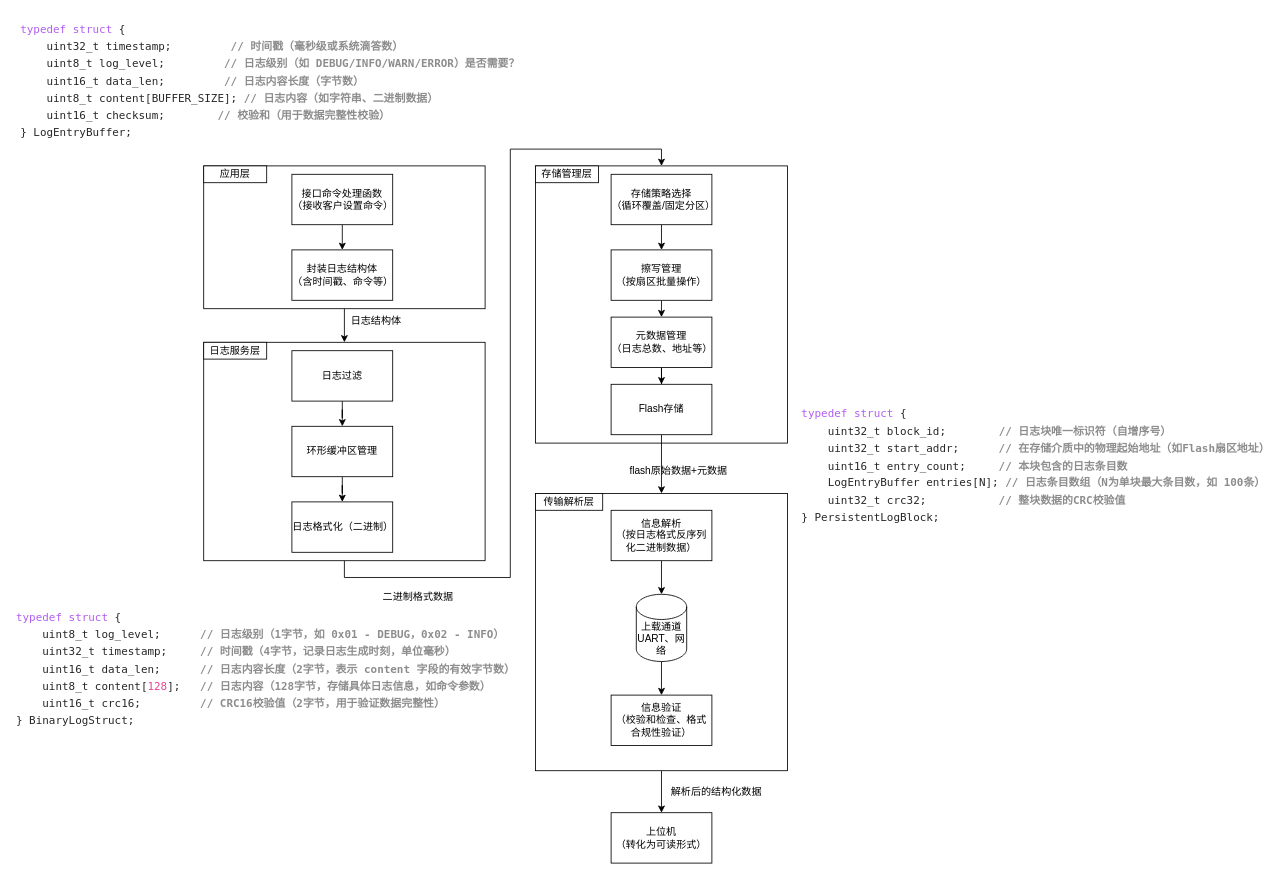
Before: page "第 2 页" (2 of 2) of 未命名绘图1.drawio in WHUT-LHT/hello-world, a draw.io diagram. Source tidied: cells renumbered, new cells numbered last; positions are measured from the earlier drawing's top-left corner, leaving out a move shared by most shapes. Both pictures are drawn from the tidied source at 84%, with x=0, y=0 at pixel (14, 14).
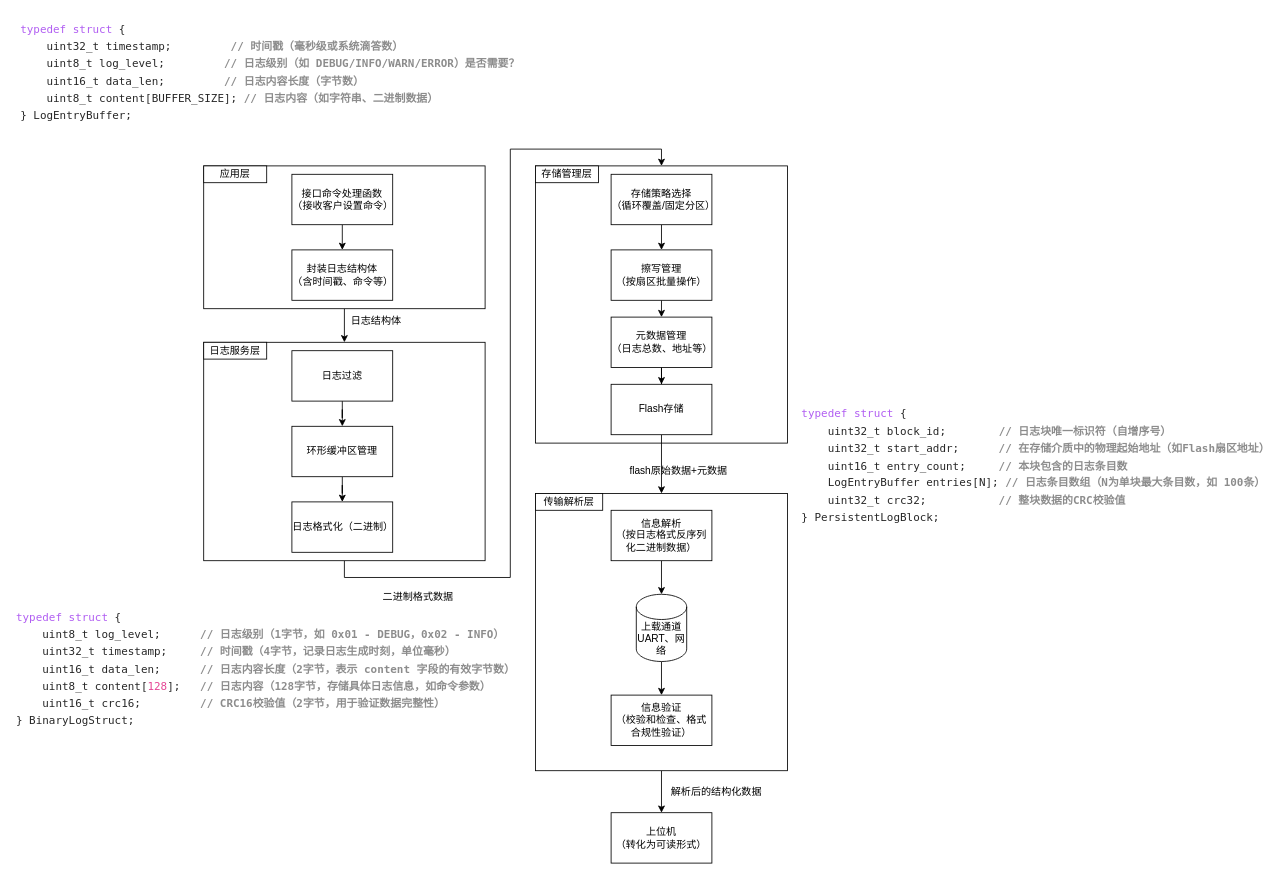
The same page after the edit.

The edit, as a diff of the source:
```diff
@@
-    <mxCell id="40" value="&lt;pre class=&quot;container-DHZ5Us language-c&quot; style=&quot;-webkit-font-smoothing: antialiased; box-sizing: border-box; -webkit-tap-highlight-color: rgba(0, 0, 0, 0); font-family: ui-monospace, SFMono-Regular, &amp;quot;SF Mono&amp;quot;, Menlo, Consolas, &amp;quot;Liberation Mono&amp;quot;, monospace; white-space: pre; overflow-wrap: normal; --code-text_v3: light-dark(#000000d9, #ededed); --code-doc_v3: light-dark(#00000073, #ededed); --code-Link_v3: light-dark(#2f74ff, #5591ff); --code-number_v3: light-dark(#e54595, #f76db2); --code-keycontrol_v3: light-dark(#9952e1, #b87bf6); --code-function_v3: light-dark(#ff5d4d, #ef6456); --code-variable_v3: light-dark(#000000d9, #ededed); --code-parameter_v3: light-dark(#4da621, #428f1c); --code-attributes_v3: light-dark(#c70, #000000); --code-selection-bg-color: light-dark(#ebf1ff, #191e2a); background: none 0% 0% / auto repeat scroll padding-box border-box rgba(0, 0, 0, 0); color: rgb(0, 0, 0); word-break: normal; word-spacing: 0px; hyphens: none; line-height: 1.5; tab-size: 4; margin: 0px; overflow: auto; font-size: 13.6px; border-radius: 6px; padding: 0px; overflow-anchor: auto; width: fit-content; font-style: normal; font-variant-ligatures: normal; font-variant-caps: normal; letter-spacing: normal; orphans: 2; text-align: start; text-indent: 0px; text-transform: none; widows: 2; -webkit-text-stroke-width: 0px; text-decoration-thickness: initial; text-decoration-style: initial; text-decoration-color: initial;&quot;&gt;&lt;code class=&quot;language-c&quot; style=&quot;-webkit-font-smoothing: antialiased; box-sizing: border-box; -webkit-tap-highlight-color: rgba(0, 0, 0, 0); background: transparent; color: rgba(0, 0, 0, 0.85); font-family: Menlo, Monaco, Consolas, &amp;quot;Courier New&amp;quot;, monospace; white-space: pre; word-break: normal; word-spacing: normal; overflow-wrap: normal; hyphens: none; line-height: 1.5; tab-size: 4; border-radius: 4px; font-size: 13px; overflow-anchor: auto;&quot;&gt;&lt;span class=&quot;token keyword&quot; style=&quot;font-weight: 400; -webkit-font-smoothing: antialiased; box-sizing: border-box; -webkit-tap-highlight-color: rgba(0, 0, 0, 0); overflow-anchor: auto; background: transparent; color: rgb(177, 94, 242);&quot;&gt;typedef&lt;/span&gt; &lt;span class=&quot;token keyword&quot; style=&quot;font-weight: 400; -webkit-font-smoothing: antialiased; box-sizing: border-box; -webkit-tap-highlight-color: rgba(0, 0, 0, 0); overflow-anchor: auto; background: transparent; color: rgb(177, 94, 242);&quot;&gt;struct&lt;/span&gt; &lt;span class=&quot;token punctuation&quot; style=&quot;font-weight: 400; -webkit-font-smoothing: antialiased; box-sizing: border-box; -webkit-tap-highlight-color: rgba(0, 0, 0, 0); overflow-anchor: auto; background: transparent; color: rgba(0, 0, 0, 0.85);&quot;&gt;{&lt;/span&gt;&lt;br&gt;    &lt;span class=&quot;token class-name&quot; style=&quot;font-weight: 400; -webkit-font-smoothing: antialiased; box-sizing: border-box; -webkit-tap-highlight-color: rgba(0, 0, 0, 0); overflow-anchor: auto; background: transparent; color: rgba(0, 0, 0, 0.85);&quot;&gt;uint32_t&lt;/span&gt; timestamp&lt;span class=&quot;token punctuation&quot; style=&quot;font-weight: 400; -webkit-font-smoothing: antialiased; box-sizing: border-box; -webkit-tap-highlight-color: rgba(0, 0, 0, 0); overflow-anchor: auto; background: transparent; color: rgba(0, 0, 0, 0.85);&quot;&gt;;&lt;/span&gt;         &lt;span class=&quot;token comment&quot; style=&quot;-webkit-font-smoothing: antialiased; box-sizing: border-box; -webkit-tap-highlight-color: rgba(0, 0, 0, 0); overflow-anchor: auto; background: transparent; color: rgba(0, 0, 0, 0.45);&quot;&gt;&lt;b&gt;// 时间戳（毫秒级或系统滴答数）&lt;/b&gt;&lt;/span&gt;&lt;br&gt;    &lt;span class=&quot;token class-name&quot; style=&quot;font-weight: 400; -webkit-font-smoothing: antialiased; box-sizing: border-box; -webkit-tap-highlight-color: rgba(0, 0, 0, 0); overflow-anchor: auto; background: transparent; color: rgba(0, 0, 0, 0.85);&quot;&gt;uint8_t&lt;/span&gt; log_level&lt;span class=&quot;token punctuation&quot; style=&quot;font-weight: 400; -webkit-font-smoothing: antialiased; box-sizing: border-box; -webkit-tap-highlight-color: rgba(0, 0, 0, 0); overflow-anchor: auto; background: transparent; color: rgba(0, 0, 0, 0.85);&quot;&gt;;&lt;/span&gt;         &lt;span class=&quot;token comment&quot; style=&quot;-webkit-font-smoothing: antialiased; box-sizing: border-box; -webkit-tap-highlight-color: rgba(0, 0, 0, 0); overflow-anchor: auto; background: transparent; color: rgba(0, 0, 0, 0.45);&quot;&gt;&lt;b&gt;// 日志级别（如 DEBUG/INFO/WARN/ERROR）是否需要？&lt;/b&gt;&lt;/span&gt;&lt;br&gt;    &lt;span class=&quot;token class-name&quot; style=&quot;font-weight: 400; -webkit-font-smoothing: antialiased; box-sizing: border-box; -webkit-tap-highlight-color: rgba(0, 0, 0, 0); overflow-anchor: auto; background: transparent; color: rgba(0, 0, 0, 0.85);&quot;&gt;uint16_t&lt;/span&gt; data_len&lt;span class=&quot;token punctuation&quot; style=&quot;font-weight: 400; -webkit-font-smoothing: antialiased; box-sizing: border-box; -webkit-tap-highlight-color: rgba(0, 0, 0, 0); overflow-anchor: auto; background: transparent; color: rgba(0, 0, 0, 0.85);&quot;&gt;;&lt;/span&gt;         &lt;span class=&quot;token comment&quot; style=&quot;-webkit-font-smoothing: antialiased; box-sizing: border-box; -webkit-tap-highlight-color: rgba(0, 0, 0, 0); overflow-anchor: auto; background: transparent; color: rgba(0, 0, 0, 0.45);&quot;&gt;&lt;b&gt;// 日志内容长度（字节数）&lt;/b&gt;&lt;/span&gt;&lt;br&gt;    &lt;span class=&quot;token class-name&quot; style=&quot;font-weight: 400; -webkit-font-smoothing: antialiased; box-sizing: border-box; -webkit-tap-highlight-color: rgba(0, 0, 0, 0); overflow-anchor: auto; background: transparent; color: rgba(0, 0, 0, 0.85);&quot;&gt;uint8_t&lt;/span&gt; content&lt;span class=&quot;token punctuation&quot; style=&quot;font-weight: 400; -webkit-font-smoothing: antialiased; box-sizing: border-box; -webkit-tap-highlight-color: rgba(0, 0, 0, 0); overflow-anchor: auto; background: transparent; color: rgba(0, 0, 0, 0.85);&quot;&gt;[&lt;/span&gt;BUFFER_SIZE&lt;span class=&quot;token punctuation&quot; style=&quot;font-weight: 400; -webkit-font-smoothing: antialiased; box-sizing: border-box; -webkit-tap-highlight-color: rgba(0, 0, 0, 0); overflow-anchor: auto; background: transparent; color: rgba(0, 0, 0, 0.85);&quot;&gt;]&lt;/span&gt;&lt;span class=&quot;token punctuation&quot; style=&quot;font-weight: 400; -webkit-font-smoothing: antialiased; box-sizing: border-box; -webkit-tap-highlight-color: rgba(0, 0, 0, 0); overflow-anchor: auto; background: transparent; color: rgba(0, 0, 0, 0.85);&quot;&gt;;&lt;/span&gt; &lt;span class=&quot;token comment&quot; style=&quot;-webkit-font-smoothing: antialiased; box-sizing: border-box; -webkit-tap-highlight-color: rgba(0, 0, 0, 0); overflow-anchor: auto; background: transparent; color: rgba(0, 0, 0, 0.45);&quot;&gt;&lt;b&gt;// 日志内容（如字符串、二进制数据）&lt;/b&gt;&lt;/span&gt;&lt;br&gt;    &lt;span class=&quot;token class-name&quot; style=&quot;font-weight: 400; -webkit-font-smoothing: antialiased; box-sizing: border-box; -webkit-tap-highlight-color: rgba(0, 0, 0, 0); overflow-anchor: auto; background: transparent; color: rgba(0, 0, 0, 0.85);&quot;&gt;uint16_t&lt;/span&gt; checksum&lt;span class=&quot;token punctuation&quot; style=&quot;font-weight: 400; -webkit-font-smoothing: antialiased; box-sizing: border-box; -webkit-tap-highlight-color: rgba(0, 0, 0, 0); overflow-anchor: auto; background: transparent; color: rgba(0, 0, 0, 0.85);&quot;&gt;;&lt;/span&gt;        &lt;span class=&quot;token comment&quot; style=&quot;-webkit-font-smoothing: antialiased; box-sizing: border-box; -webkit-tap-highlight-color: rgba(0, 0, 0, 0); overflow-anchor: auto; background: transparent; color: rgba(0, 0, 0, 0.45);&quot;&gt;&lt;b&gt;// 校验和（用于数据完整性校验）&lt;/b&gt;&lt;/span&gt;&lt;br&gt;&lt;span class=&quot;token punctuation&quot; style=&quot;font-weight: 400; -webkit-font-smoothing: antialiased; box-sizing: border-box; -webkit-tap-highlight-color: rgba(0, 0, 0, 0); overflow-anchor: auto; background: transparent; color: rgba(0, 0, 0, 0.85);&quot;&gt;}&lt;/span&gt; LogEntryBuffer&lt;span class=&quot;token punctuation&quot; style=&quot;font-weight: 400; -webkit-font-smoothing: antialiased; box-sizing: border-box; -webkit-tap-highlight-color: rgba(0, 0, 0, 0); overflow-anchor: auto; background: transparent; color: rgba(0, 0, 0, 0.85);&quot;&gt;;&lt;/span&gt;&lt;/code&gt;&lt;/pre&gt;" style="text;whiteSpace=wrap;html=1;" parent="1" vertex="1">
+    <mxCell id="40" value="&lt;pre class=&quot;container-DHZ5Us language-c&quot; style=&quot;-webkit-font-smoothing: antialiased; box-sizing: border-box; -webkit-tap-highlight-color: rgba(0, 0, 0, 0); font-family: ui-monospace, SFMono-Regular, &amp;quot;SF Mono&amp;quot;, Menlo, Consolas, &amp;quot;Liberation Mono&amp;quot;, monospace; white-space: pre; overflow-wrap: normal; --code-text_v3: light-dark(#000000d9, #ededed); --code-doc_v3: light-dark(#00000073, #ededed); --code-Link_v3: light-dark(#2f74ff, #5591ff); --code-number_v3: light-dark(#e54595, #f76db2); --code-keycontrol_v3: light-dark(#9952e1, #b87bf6); --code-function_v3: light-dark(#ff5d4d, #ef6456); --code-variable_v3: light-dark(#000000d9, #ededed); --code-parameter_v3: light-dark(#4da621, #428f1c); --code-attributes_v3: light-dark(#c70, #000000); --code-selection-bg-color: light-dark(#ebf1ff, #191e2a); background: none 0% 0% / auto repeat scroll padding-box border-box rgba(0, 0, 0, 0); color: rgb(0, 0, 0); word-break: normal; word-spacing: 0px; hyphens: none; line-height: 1.5; tab-size: 4; margin: 0px; overflow: auto; font-size: 13.6px; border-radius: 6px; padding: 0px; overflow-anchor: auto; width: fit-content; font-style: normal; font-variant-ligatures: normal; font-variant-caps: normal; letter-spacing: normal; orphans: 2; text-align: start; text-indent: 0px; text-transform: none; widows: 2; -webkit-text-stroke-width: 0px; text-decoration-thickness: initial; text-decoration-style: initial; text-decoration-color: initial;&quot;&gt;&lt;code class=&quot;language-c&quot; style=&quot;-webkit-font-smoothing: antialiased; box-sizing: border-box; -webkit-tap-highlight-color: rgba(0, 0, 0, 0); background: transparent; color: rgba(0, 0, 0, 0.85); font-family: Menlo, Monaco, Consolas, &amp;quot;Courier New&amp;quot;, monospace; white-space: pre; word-break: normal; word-spacing: normal; overflow-wrap: normal; hyphens: none; line-height: 1.5; tab-size: 4; border-radius: 4px; font-size: 13px; overflow-anchor: auto;&quot;&gt;&lt;span class=&quot;token keyword&quot; style=&quot;font-weight: 400; -webkit-font-smoothing: antialiased; box-sizing: border-box; -webkit-tap-highlight-color: rgba(0, 0, 0, 0); overflow-anchor: auto; background: transparent; color: rgb(177, 94, 242);&quot;&gt;typedef&lt;/span&gt; &lt;span class=&quot;token keyword&quot; style=&quot;font-weight: 400; -webkit-font-smoothing: antialiased; box-sizing: border-box; -webkit-tap-highlight-color: rgba(0, 0, 0, 0); overflow-anchor: auto; background: transparent; color: rgb(177, 94, 242);&quot;&gt;struct&lt;/span&gt; &lt;span class=&quot;token punctuation&quot; style=&quot;font-weight: 400; -webkit-font-smoothing: antialiased; box-sizing: border-box; -webkit-tap-highlight-color: rgba(0, 0, 0, 0); overflow-anchor: auto; background: transparent; color: rgba(0, 0, 0, 0.85);&quot;&gt;{&lt;/span&gt;&lt;br&gt;    &lt;span class=&quot;token class-name&quot; style=&quot;font-weight: 400; -webkit-font-smoothing: antialiased; box-sizing: border-box; -webkit-tap-highlight-color: rgba(0, 0, 0, 0); overflow-anchor: auto; background: transparent; color: rgba(0, 0, 0, 0.85);&quot;&gt;uint32_t&lt;/span&gt; timestamp&lt;span class=&quot;token punctuation&quot; style=&quot;font-weight: 400; -webkit-font-smoothing: antialiased; box-sizing: border-box; -webkit-tap-highlight-color: rgba(0, 0, 0, 0); overflow-anchor: auto; background: transparent; color: rgba(0, 0, 0, 0.85);&quot;&gt;;&lt;/span&gt;         &lt;span class=&quot;token comment&quot; style=&quot;-webkit-font-smoothing: antialiased; box-sizing: border-box; -webkit-tap-highlight-color: rgba(0, 0, 0, 0); overflow-anchor: auto; background: transparent; color: rgba(0, 0, 0, 0.45);&quot;&gt;&lt;b&gt;// 时间戳（毫秒级或系统滴答数）&lt;/b&gt;&lt;/span&gt;&lt;br&gt;    &lt;span class=&quot;token class-name&quot; style=&quot;font-weight: 400; -webkit-font-smoothing: antialiased; box-sizing: border-box; -webkit-tap-highlight-color: rgba(0, 0, 0, 0); overflow-anchor: auto; background: transparent; color: rgba(0, 0, 0, 0.85);&quot;&gt;uint8_t&lt;/span&gt; log_level&lt;span class=&quot;token punctuation&quot; style=&quot;font-weight: 400; -webkit-font-smoothing: antialiased; box-sizing: border-box; -webkit-tap-highlight-color: rgba(0, 0, 0, 0); overflow-anchor: auto; background: transparent; color: rgba(0, 0, 0, 0.85);&quot;&gt;;&lt;/span&gt;         &lt;span class=&quot;token comment&quot; style=&quot;-webkit-font-smoothing: antialiased; box-sizing: border-box; -webkit-tap-highlight-color: rgba(0, 0, 0, 0); overflow-anchor: auto; background: transparent; color: rgba(0, 0, 0, 0.45);&quot;&gt;&lt;b&gt;// 日志级别（如 DEBUG/INFO/WARN/ERROR）是否需要？&lt;/b&gt;&lt;/span&gt;&lt;br&gt;    &lt;span class=&quot;token class-name&quot; style=&quot;font-weight: 400; -webkit-font-smoothing: antialiased; box-sizing: border-box; -webkit-tap-highlight-color: rgba(0, 0, 0, 0); overflow-anchor: auto; background: transparent; color: rgba(0, 0, 0, 0.85);&quot;&gt;uint16_t&lt;/span&gt; data_len&lt;span class=&quot;token punctuation&quot; style=&quot;font-weight: 400; -webkit-font-smoothing: antialiased; box-sizing: border-box; -webkit-tap-highlight-color: rgba(0, 0, 0, 0); overflow-anchor: auto; background: transparent; color: rgba(0, 0, 0, 0.85);&quot;&gt;;&lt;/span&gt;         &lt;span class=&quot;token comment&quot; style=&quot;-webkit-font-smoothing: antialiased; box-sizing: border-box; -webkit-tap-highlight-color: rgba(0, 0, 0, 0); overflow-anchor: auto; background: transparent; color: rgba(0, 0, 0, 0.45);&quot;&gt;&lt;b&gt;// 日志内容长度（字节数）&lt;/b&gt;&lt;/span&gt;&lt;br&gt;    &lt;span class=&quot;token class-name&quot; style=&quot;font-weight: 400; -webkit-font-smoothing: antialiased; box-sizing: border-box; -webkit-tap-highlight-color: rgba(0, 0, 0, 0); overflow-anchor: auto; background: transparent; color: rgba(0, 0, 0, 0.85);&quot;&gt;uint8_t&lt;/span&gt; content&lt;span class=&quot;token punctuation&quot; style=&quot;font-weight: 400; -webkit-font-smoothing: antialiased; box-sizing: border-box; -webkit-tap-highlight-color: rgba(0, 0, 0, 0); overflow-anchor: auto; background: transparent; color: rgba(0, 0, 0, 0.85);&quot;&gt;[&lt;/span&gt;BUFFER_SIZE&lt;span class=&quot;token punctuation&quot; style=&quot;font-weight: 400; -webkit-font-smoothing: antialiased; box-sizing: border-box; -webkit-tap-highlight-color: rgba(0, 0, 0, 0); overflow-anchor: auto; background: transparent; color: rgba(0, 0, 0, 0.85);&quot;&gt;]&lt;/span&gt;&lt;span class=&quot;token punctuation&quot; style=&quot;font-weight: 400; -webkit-font-smoothing: antialiased; box-sizing: border-box; -webkit-tap-highlight-color: rgba(0, 0, 0, 0); overflow-anchor: auto; background: transparent; color: rgba(0, 0, 0, 0.85);&quot;&gt;;&lt;/span&gt; &lt;span class=&quot;token comment&quot; style=&quot;-webkit-font-smoothing: antialiased; box-sizing: border-box; -webkit-tap-highlight-color: rgba(0, 0, 0, 0); overflow-anchor: auto; background: transparent; color: rgba(0, 0, 0, 0.45);&quot;&gt;&lt;b&gt;// 日志内容（如字符串、二进制数据）&lt;/b&gt;&lt;/span&gt;&lt;br&gt;&lt;span class=&quot;token punctuation&quot; style=&quot;font-weight: 400; -webkit-font-smoothing: antialiased; box-sizing: border-box; -webkit-tap-highlight-color: rgba(0, 0, 0, 0); overflow-anchor: auto; background: transparent; color: rgba(0, 0, 0, 0.85);&quot;&gt;}&lt;/span&gt; LogEntryBuffer&lt;span class=&quot;token punctuation&quot; style=&quot;font-weight: 400; -webkit-font-smoothing: antialiased; box-sizing: border-box; -webkit-tap-highlight-color: rgba(0, 0, 0, 0); overflow-anchor: auto; background: transparent; color: rgba(0, 0, 0, 0.85);&quot;&gt;;&lt;/span&gt;&lt;/code&gt;&lt;/pre&gt;" style="text;whiteSpace=wrap;html=1;" parent="1" vertex="1">
       <mxGeometry x="5" width="540" height="170" as="geometry" />
     </mxCell>
```
